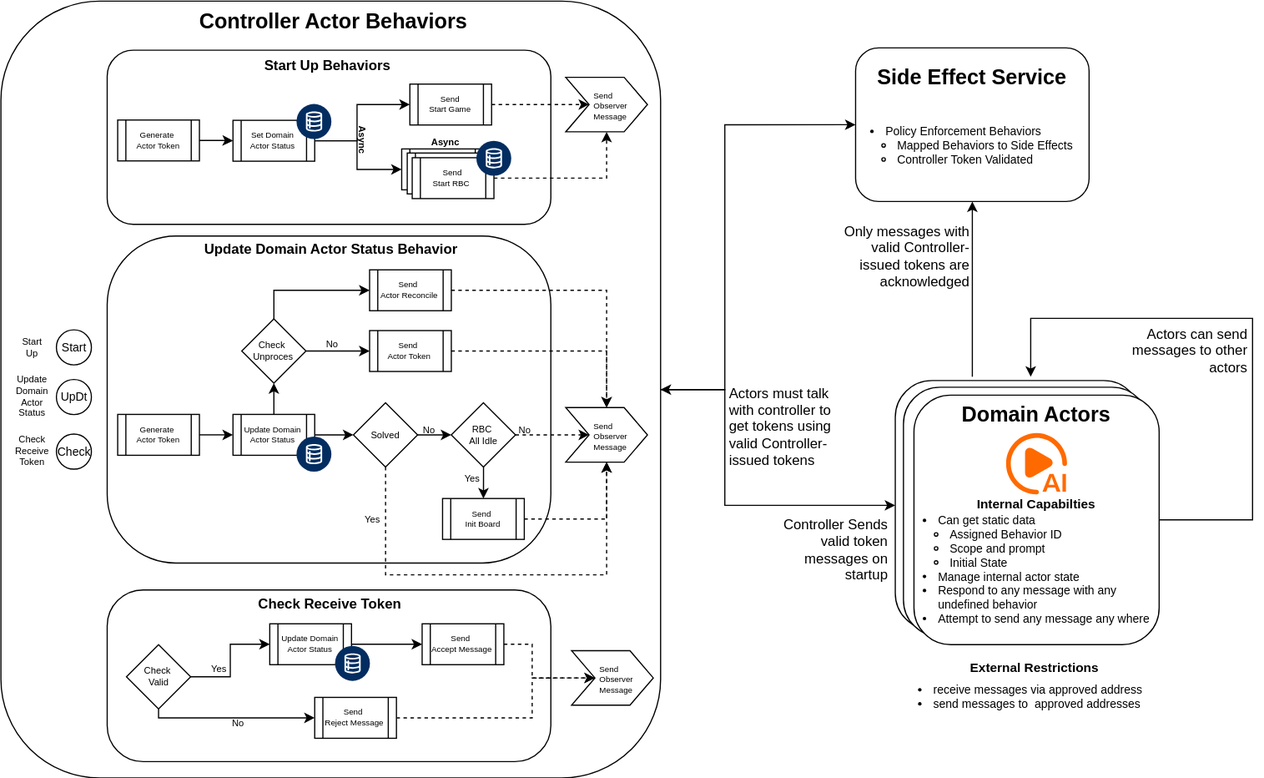
sunlao/py_sudoku_solver keeps this draw.io diagram as docs/AIAgentActors.svg. Above is the earlier version. Source tidied: cells renumbered, new cells last; positions are measured from the earlier drawing's top-left corner, leaving out a move shared by most shapes.
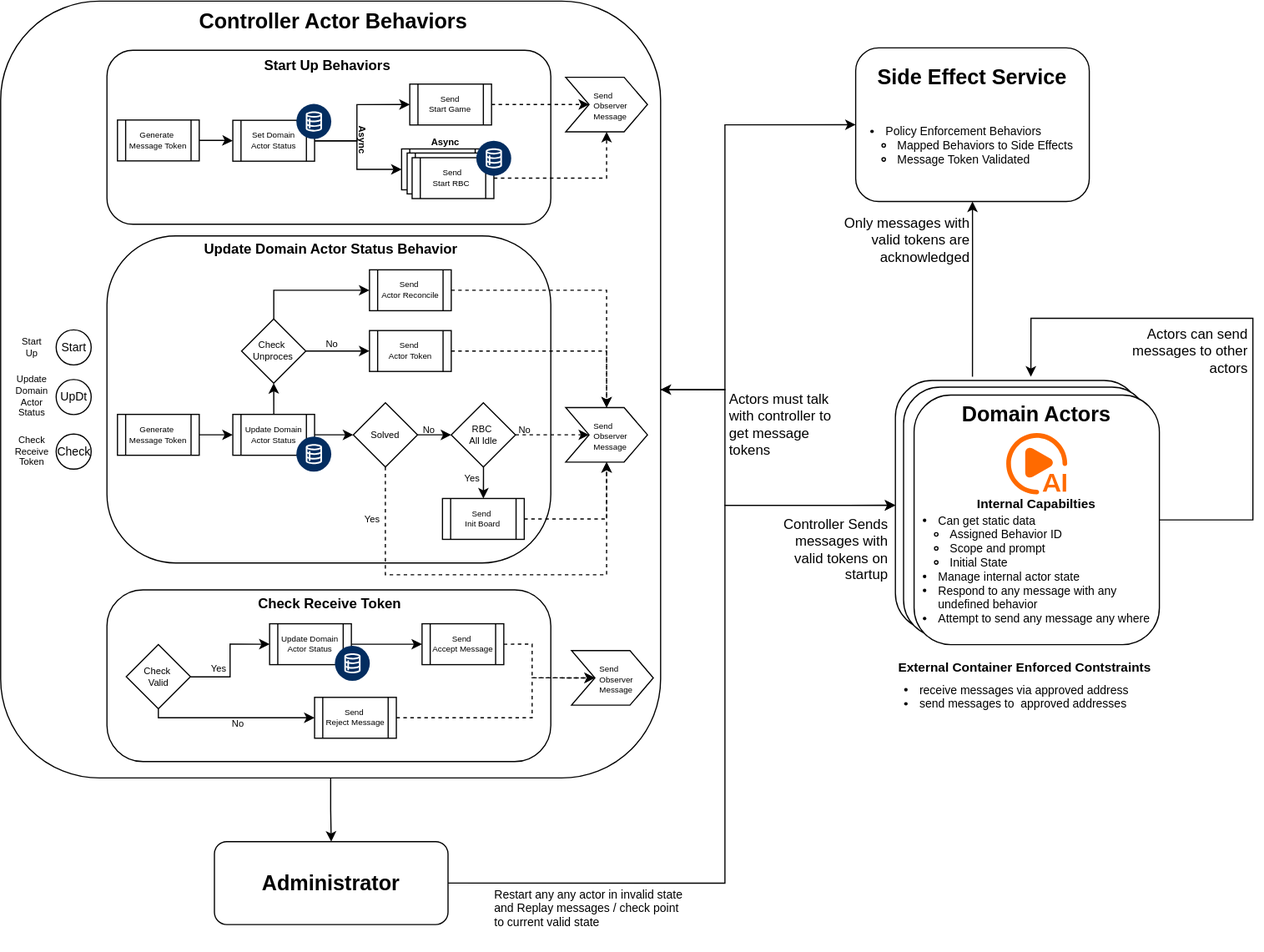
After the change.

Change to the diagram source:
```diff
@@ -24,6 +24,9 @@
         </Array>
       </mxGeometry>
     </mxCell>
+    <mxCell id="92" style="edgeStyle=orthogonalEdgeStyle;rounded=0;jettySize=auto;html=1;entryX=0.5;entryY=0;entryDx=0;entryDy=0;" parent="1" edge="1" source="6" target="94">
+      <mxGeometry relative="1" as="geometry" />
+    </mxCell>
     <mxCell id="6" style="rounded=1;whiteSpace=wrap;html=1;" parent="1" vertex="1">
       <mxGeometry y="0.5" width="565" height="665" as="geometry" />
     </mxCell>
@@ -226,7 +229,7 @@
         </Array>
       </mxGeometry>
     </mxCell>
-    <mxCell id="61" value="Generate&amp;nbsp;&lt;div&gt;Actor Token&lt;/div&gt;" style="shape=process;whiteSpace=wrap;html=1;backgroundOutline=1;fontSize=7;" parent="1" vertex="1">
+    <mxCell id="61" value="Generate&amp;nbsp;&lt;div&gt;Message Token&lt;/div&gt;" style="shape=process;whiteSpace=wrap;html=1;backgroundOutline=1;fontSize=7;" parent="1" vertex="1">
       <mxGeometry x="100" y="354.2" width="70" height="35" as="geometry" />
     </mxCell>
     <mxCell id="62" style="edgeStyle=orthogonalEdgeStyle;rounded=0;jettySize=auto;html=1;entryX=0.5;entryY=0;entryDx=0;entryDy=0;dashed=1;" parent="1" edge="1" source="59" target="52">
@@ -235,7 +238,7 @@
     <mxCell id="63" style="edgeStyle=orthogonalEdgeStyle;rounded=0;jettySize=auto;html=1;entryX=0;entryY=0.5;entryDx=0;entryDy=0;" parent="1" edge="1" source="64" target="25">
       <mxGeometry relative="1" as="geometry" />
     </mxCell>
-    <mxCell id="64" value="Generate&amp;nbsp;&lt;div&gt;Actor Token&lt;/div&gt;" style="shape=process;whiteSpace=wrap;html=1;backgroundOutline=1;fontSize=7;" parent="1" vertex="1">
+    <mxCell id="64" value="Generate&amp;nbsp;&lt;div&gt;Message Token&lt;/div&gt;" style="shape=process;whiteSpace=wrap;html=1;backgroundOutline=1;fontSize=7;" parent="1" vertex="1">
       <mxGeometry x="100" y="102.2" width="70" height="35" as="geometry" />
     </mxCell>
     <mxCell id="65" style="edgeStyle=orthogonalEdgeStyle;rounded=0;jettySize=auto;html=1;entryX=0;entryY=0.5;entryDx=0;entryDy=0;" parent="1" edge="1" source="67" target="59">
@@ -305,11 +308,11 @@
     <mxCell id="82" value="&lt;font style=&quot;font-size: 11px;&quot;&gt;Internal Capabilties&lt;/font&gt;" style="text;html=1;whiteSpace=wrap;strokeColor=none;fillColor=none;align=center;verticalAlign=middle;rounded=0;fontSize=18;fontStyle=1;" parent="1" vertex="1">
       <mxGeometry x="782" y="413.9" width="210" height="30" as="geometry" />
     </mxCell>
-    <mxCell id="83" value="&lt;font style=&quot;font-size: 11px;&quot;&gt;External Restrictions&amp;nbsp;&lt;/font&gt;" style="text;html=1;whiteSpace=wrap;strokeColor=none;fillColor=none;align=center;verticalAlign=middle;rounded=0;fontSize=18;fontStyle=1;" parent="1" vertex="1">
-      <mxGeometry x="787" y="559" width="200" height="20.5" as="geometry" />
+    <mxCell id="83" value="&lt;font style=&quot;font-size: 11px;&quot;&gt;External Container Enforced Contstraints&amp;nbsp;&lt;/font&gt;" style="text;html=1;whiteSpace=wrap;strokeColor=none;fillColor=none;align=center;verticalAlign=middle;rounded=0;fontSize=18;fontStyle=1;" parent="1" vertex="1">
+      <mxGeometry x="761.5" y="559" width="233" height="20.5" as="geometry" />
     </mxCell>
     <mxCell id="84" value="&lt;ul&gt;&lt;li&gt;receive messages via approved address&amp;nbsp;&lt;/li&gt;&lt;li&gt;send messages to&amp;nbsp;&amp;nbsp;approved addresses&amp;nbsp;&lt;/li&gt;&lt;/ul&gt;" style="text;html=1;whiteSpace=wrap;strokeColor=none;fillColor=none;align=left;verticalAlign=top;rounded=0;fontSize=10;spacing=0;spacingLeft=-23;spacingTop=-10;" parent="1" vertex="1">
-      <mxGeometry x="782" y="580" width="200" height="40" as="geometry" />
+      <mxGeometry x="770" y="580" width="220" height="40" as="geometry" />
     </mxCell>
     <mxCell id="85" style="rounded=1;whiteSpace=wrap;html=1;" parent="1" vertex="1">
       <mxGeometry x="732" y="40.5" width="200" height="131.5" as="geometry" />
@@ -317,20 +320,34 @@
     <mxCell id="86" value="Side Effect Service" style="text;html=1;whiteSpace=wrap;strokeColor=none;fillColor=none;align=center;verticalAlign=middle;rounded=0;fontSize=18;fontStyle=1;" parent="1" vertex="1">
       <mxGeometry x="732" y="51" width="200" height="30" as="geometry" />
     </mxCell>
-    <mxCell id="87" value="&lt;ul style=&quot;margin-top: 0px; padding-left: 0px; margin-bottom: 0px;&quot;&gt;&lt;li&gt;Policy Enforcement Behaviors&lt;/li&gt;&lt;ul style=&quot;padding-left: 10px;&quot;&gt;&lt;li&gt;Mapped Behaviors to Side Effects&lt;/li&gt;&lt;li&gt;Controller Token Validated&lt;/li&gt;&lt;/ul&gt;&lt;/ul&gt;" style="text;html=1;whiteSpace=wrap;strokeColor=none;fillColor=none;align=left;verticalAlign=top;rounded=0;fontSize=10;spacing=0;spacingLeft=16;spacingTop=0;" parent="1" vertex="1">
+    <mxCell id="87" value="&lt;ul style=&quot;margin-top: 0px; padding-left: 0px; margin-bottom: 0px;&quot;&gt;&lt;li&gt;Policy Enforcement Behaviors&lt;/li&gt;&lt;ul style=&quot;padding-left: 10px;&quot;&gt;&lt;li&gt;Mapped Behaviors to Side Effects&lt;/li&gt;&lt;li&gt;Message Token Validated&lt;/li&gt;&lt;/ul&gt;&lt;/ul&gt;" style="text;html=1;whiteSpace=wrap;strokeColor=none;fillColor=none;align=left;verticalAlign=top;rounded=0;fontSize=10;spacing=0;spacingLeft=16;spacingTop=0;" parent="1" vertex="1">
       <mxGeometry x="742" y="102.2" width="190" height="59.8" as="geometry" />
     </mxCell>
-    <mxCell id="88" value="Only messages with valid Controller-issued tokens are acknowledged" style="text;html=1;whiteSpace=wrap;strokeColor=none;fillColor=none;align=right;verticalAlign=middle;rounded=0;" parent="1" vertex="1">
-      <mxGeometry x="720" y="188.5" width="112" height="60" as="geometry" />
+    <mxCell id="88" value="Only messages with valid tokens are acknowledged" style="text;html=1;whiteSpace=wrap;strokeColor=none;fillColor=none;align=right;verticalAlign=middle;rounded=0;" parent="1" vertex="1">
+      <mxGeometry x="720" y="174.5" width="112" height="60" as="geometry" />
     </mxCell>
     <mxCell id="89" value="Actors can send messages to other actors" style="text;html=1;whiteSpace=wrap;strokeColor=none;fillColor=none;align=right;verticalAlign=middle;rounded=0;" parent="1" vertex="1">
       <mxGeometry x="944" y="269.5" width="126" height="60" as="geometry" />
     </mxCell>
-    <mxCell id="90" value="Actors must talk with controller to get tokens using valid&amp;nbsp;&lt;span style=&quot;text-align: right;&quot;&gt;Controller-issued tokens&lt;/span&gt;" style="text;html=1;whiteSpace=wrap;strokeColor=none;fillColor=none;align=left;verticalAlign=middle;rounded=0;" parent="1" vertex="1">
-      <mxGeometry x="622" y="335.1" width="98" height="60" as="geometry" />
+    <mxCell id="90" value="Actors must talk with controller to get message tokens" style="text;html=1;whiteSpace=wrap;strokeColor=none;fillColor=none;align=left;verticalAlign=middle;rounded=0;" parent="1" vertex="1">
+      <mxGeometry x="622" y="333.1" width="98" height="60" as="geometry" />
     </mxCell>
-    <mxCell id="91" value="Controller Sends valid token messages on startup" style="text;html=1;whiteSpace=wrap;strokeColor=none;fillColor=none;align=right;verticalAlign=middle;rounded=0;" parent="1" vertex="1">
+    <mxCell id="91" value="Controller Sends messages with valid tokens on startup" style="text;html=1;whiteSpace=wrap;strokeColor=none;fillColor=none;align=right;verticalAlign=middle;rounded=0;" parent="1" vertex="1">
       <mxGeometry x="664" y="439.5" width="98" height="60" as="geometry" />
     </mxCell>
+    <mxCell id="93" style="edgeStyle=orthogonalEdgeStyle;rounded=0;jettySize=auto;html=1;entryX=0;entryY=0.5;entryDx=0;entryDy=0;exitX=1;exitY=0.5;exitDx=0;exitDy=0;" parent="1" edge="1" source="94" target="3">
+      <mxGeometry relative="1" as="geometry">
+        <Array as="points">
+          <mxPoint x="620" y="756" />
+          <mxPoint x="620" y="432" />
+        </Array>
+      </mxGeometry>
+    </mxCell>
+    <mxCell id="94" value="&lt;span style=&quot;font-size: 18px; font-weight: 700;&quot;&gt;Administrator&lt;/span&gt;" style="rounded=1;whiteSpace=wrap;html=1;" parent="1" vertex="1">
+      <mxGeometry x="183" y="720" width="200" height="71" as="geometry" />
+    </mxCell>
+    <mxCell id="95" value="Restart any any actor in invalid state and Replay messages / check point to current valid state" style="text;html=1;whiteSpace=wrap;strokeColor=none;fillColor=none;align=left;verticalAlign=top;rounded=0;fontSize=10;spacing=0;spacingLeft=16;spacingTop=0;" parent="1" vertex="1">
+      <mxGeometry x="407.1" y="755" width="180" height="59.8" as="geometry" />
+    </mxCell>
   </root>
 </mxGraphModel>
```
